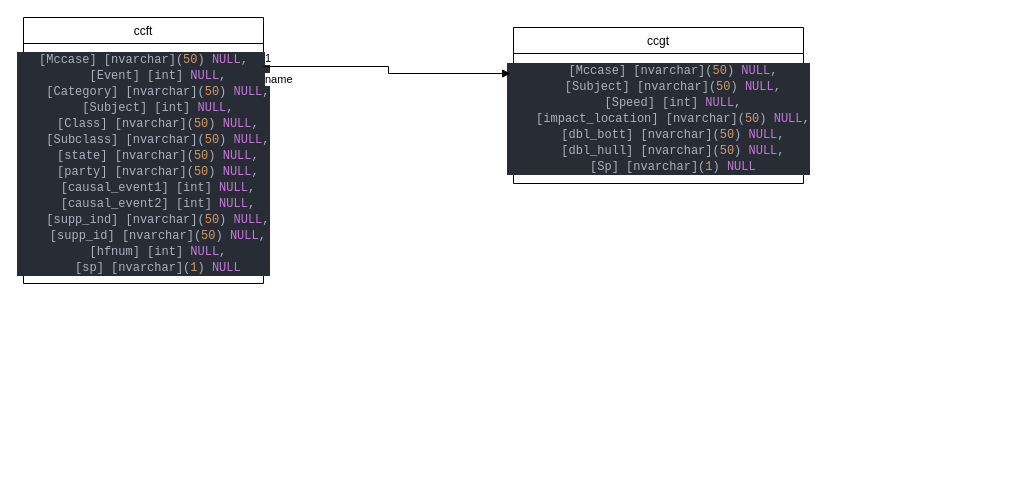
Earlier version of the draw.io diagram page "Page-2" (2 of 2) of Bermuda Triangle Project Datamodel.drawio (neerajkumardnk/bermudaTriangleDNK). Source tidied: cells renumbered, new cells numbered last; positions are measured from the earlier drawing's top-left corner, leaving out a move shared by most shapes. Both pictures are drawn from the tidied source at 100%, with x=0, y=0 at pixel (23, 17).
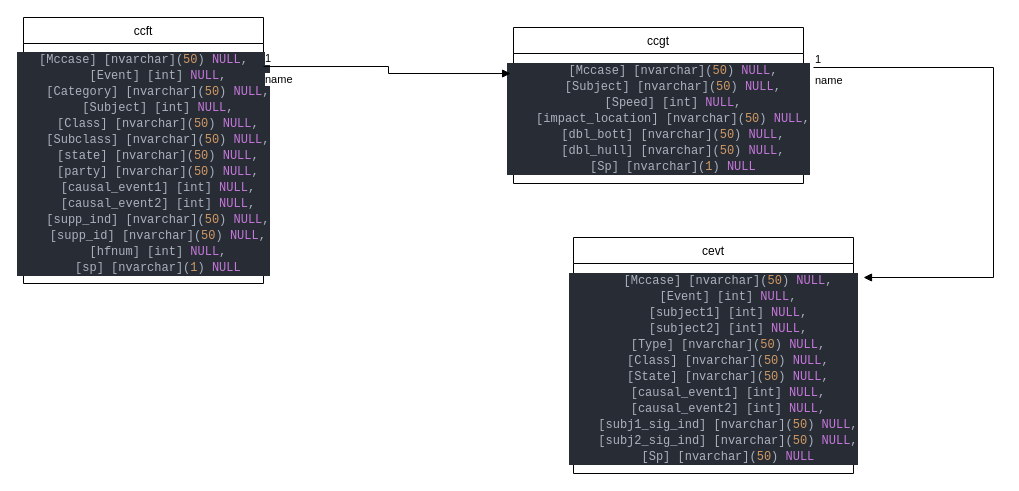
After the change.

Diff of the diagram source:
```diff
@@
 <mxGraphModel>
   <root>
     <mxCell id="0" />
     <mxCell id="1" parent="0" />
     <mxCell id="2" value="ccft" style="swimlane;fontStyle=0;horizontal=1;startSize=26;fillColor=none;" parent="1" vertex="1">
       <mxGeometry width="240" height="266" as="geometry" />
     </mxCell>
     <mxCell id="3" value="&lt;div style=&quot;color: rgb(171, 178, 191); background-color: rgb(40, 44, 52); font-family: Consolas, &amp;quot;Courier New&amp;quot;, monospace; line-height: 16px;&quot;&gt;&lt;div&gt;[Mccase] [nvarchar](&lt;span style=&quot;color: #d19a66;&quot;&gt;50&lt;/span&gt;) &lt;span style=&quot;color: #c678dd;&quot;&gt;NULL&lt;/span&gt;,&lt;/div&gt;&lt;div&gt;&amp;nbsp; &amp;nbsp; [Event] [int] &lt;span style=&quot;color: #c678dd;&quot;&gt;NULL&lt;/span&gt;,&lt;/div&gt;&lt;div&gt;&amp;nbsp; &amp;nbsp; [Category] [nvarchar](&lt;span style=&quot;color: #d19a66;&quot;&gt;50&lt;/span&gt;) &lt;span style=&quot;color: #c678dd;&quot;&gt;NULL&lt;/span&gt;,&lt;/div&gt;&lt;div&gt;&amp;nbsp; &amp;nbsp; [Subject] [int] &lt;span style=&quot;color: #c678dd;&quot;&gt;NULL&lt;/span&gt;,&lt;/div&gt;&lt;div&gt;&amp;nbsp; &amp;nbsp; [Class] [nvarchar](&lt;span style=&quot;color: #d19a66;&quot;&gt;50&lt;/span&gt;) &lt;span style=&quot;color: #c678dd;&quot;&gt;NULL&lt;/span&gt;,&lt;/div&gt;&lt;div&gt;&amp;nbsp; &amp;nbsp; [Subclass] [nvarchar](&lt;span style=&quot;color: #d19a66;&quot;&gt;50&lt;/span&gt;) &lt;span style=&quot;color: #c678dd;&quot;&gt;NULL&lt;/span&gt;,&lt;/div&gt;&lt;div&gt;&amp;nbsp; &amp;nbsp; [state] [nvarchar](&lt;span style=&quot;color: #d19a66;&quot;&gt;50&lt;/span&gt;) &lt;span style=&quot;color: #c678dd;&quot;&gt;NULL&lt;/span&gt;,&lt;/div&gt;&lt;div&gt;&amp;nbsp; &amp;nbsp; [party] [nvarchar](&lt;span style=&quot;color: #d19a66;&quot;&gt;50&lt;/span&gt;) &lt;span style=&quot;color: #c678dd;&quot;&gt;NULL&lt;/span&gt;,&lt;/div&gt;&lt;div&gt;&amp;nbsp; &amp;nbsp; [causal_event1] [int] &lt;span style=&quot;color: #c678dd;&quot;&gt;NULL&lt;/span&gt;,&lt;/div&gt;&lt;div&gt;&amp;nbsp; &amp;nbsp; [causal_event2] [int] &lt;span style=&quot;color: #c678dd;&quot;&gt;NULL&lt;/span&gt;,&lt;/div&gt;&lt;div&gt;&amp;nbsp; &amp;nbsp; [supp_ind] [nvarchar](&lt;span style=&quot;color: #d19a66;&quot;&gt;50&lt;/span&gt;) &lt;span style=&quot;color: #c678dd;&quot;&gt;NULL&lt;/span&gt;,&lt;/div&gt;&lt;div&gt;&amp;nbsp; &amp;nbsp; [supp_id] [nvarchar](&lt;span style=&quot;color: #d19a66;&quot;&gt;50&lt;/span&gt;) &lt;span style=&quot;color: #c678dd;&quot;&gt;NULL&lt;/span&gt;,&lt;/div&gt;&lt;div&gt;&amp;nbsp; &amp;nbsp; [hfnum] [int] &lt;span style=&quot;color: #c678dd;&quot;&gt;NULL&lt;/span&gt;,&lt;/div&gt;&lt;div&gt;&amp;nbsp; &amp;nbsp; [sp] [nvarchar](&lt;span style=&quot;color: #d19a66;&quot;&gt;1&lt;/span&gt;) &lt;span style=&quot;color: #c678dd;&quot;&gt;NULL&lt;/span&gt;&lt;/div&gt;&lt;/div&gt;" style="text;html=1;align=center;verticalAlign=middle;points=[];strokeColor=none;fillColor=none;" parent="2" vertex="1">
       <mxGeometry y="26" width="240" height="240" as="geometry" />
     </mxCell>
     <mxCell id="4" value="ccgt" style="swimlane;fontStyle=0;horizontal=1;startSize=26;fillColor=none;" parent="1" vertex="1">
       <mxGeometry x="490" y="10" width="290" height="156" as="geometry" />
     </mxCell>
     <mxCell id="5" value="&lt;div style=&quot;color: rgb(171, 178, 191); background-color: rgb(40, 44, 52); font-family: Consolas, &amp;quot;Courier New&amp;quot;, monospace; line-height: 16px;&quot;&gt;&lt;div&gt;&amp;nbsp; &amp;nbsp; [Mccase] [nvarchar](&lt;span style=&quot;color: #d19a66;&quot;&gt;50&lt;/span&gt;) &lt;span style=&quot;color: #c678dd;&quot;&gt;NULL&lt;/span&gt;,&lt;/div&gt;&lt;div&gt;&amp;nbsp; &amp;nbsp; [Subject] [nvarchar](&lt;span style=&quot;color: #d19a66;&quot;&gt;50&lt;/span&gt;) &lt;span style=&quot;color: #c678dd;&quot;&gt;NULL&lt;/span&gt;,&lt;/div&gt;&lt;div&gt;&amp;nbsp; &amp;nbsp; [Speed] [int] &lt;span style=&quot;color: #c678dd;&quot;&gt;NULL&lt;/span&gt;,&lt;/div&gt;&lt;div&gt;&amp;nbsp; &amp;nbsp; [impact_location] [nvarchar](&lt;span style=&quot;color: #d19a66;&quot;&gt;50&lt;/span&gt;) &lt;span style=&quot;color: #c678dd;&quot;&gt;NULL&lt;/span&gt;,&lt;/div&gt;&lt;div&gt;&amp;nbsp; &amp;nbsp; [dbl_bott] [nvarchar](&lt;span style=&quot;color: #d19a66;&quot;&gt;50&lt;/span&gt;) &lt;span style=&quot;color: #c678dd;&quot;&gt;NULL&lt;/span&gt;,&lt;/div&gt;&lt;div&gt;&amp;nbsp; &amp;nbsp; [dbl_hull] [nvarchar](&lt;span style=&quot;color: #d19a66;&quot;&gt;50&lt;/span&gt;) &lt;span style=&quot;color: #c678dd;&quot;&gt;NULL&lt;/span&gt;,&lt;/div&gt;&lt;div&gt;&amp;nbsp; &amp;nbsp; [Sp] [nvarchar](&lt;span style=&quot;color: #d19a66;&quot;&gt;1&lt;/span&gt;) &lt;span style=&quot;color: #c678dd;&quot;&gt;NULL&lt;/span&gt;&lt;/div&gt;&lt;/div&gt;" style="text;html=1;align=center;verticalAlign=middle;points=[];strokeColor=none;fillColor=none;" parent="4" vertex="1">
       <mxGeometry y="26" width="290" height="130" as="geometry" />
     </mxCell>
     <mxCell id="6" value="name" style="endArrow=block;endFill=1;html=1;edgeStyle=orthogonalEdgeStyle;align=left;verticalAlign=top;rounded=0;exitX=1;exitY=0.096;exitDx=0;exitDy=0;exitPerimeter=0;entryX=-0.01;entryY=0.154;entryDx=0;entryDy=0;entryPerimeter=0;" parent="1" edge="1" source="3" target="5">
       <mxGeometry x="-1" relative="1" as="geometry" />
     </mxCell>
     <mxCell id="7" value="1" style="edgeLabel;html=1;align=left;verticalAlign=bottom;" parent="6" vertex="1">
       <mxGeometry x="-1" relative="1" as="geometry" />
     </mxCell>
+    <mxCell id="8" value="cevt" style="swimlane;fontStyle=0;horizontal=1;startSize=26;fillColor=none;" parent="1" vertex="1">
+      <mxGeometry x="550" y="220" width="280" height="236" as="geometry" />
+    </mxCell>
+    <mxCell id="9" value="&lt;div style=&quot;color: rgb(171, 178, 191); background-color: rgb(40, 44, 52); font-family: Consolas, &amp;quot;Courier New&amp;quot;, monospace; line-height: 16px;&quot;&gt;&lt;div style=&quot;line-height: 16px;&quot;&gt;&lt;div&gt;&amp;nbsp; &amp;nbsp; [Mccase] [nvarchar](&lt;span style=&quot;color: #d19a66;&quot;&gt;50&lt;/span&gt;) &lt;span style=&quot;color: #c678dd;&quot;&gt;NULL&lt;/span&gt;,&lt;/div&gt;&lt;div&gt;&amp;nbsp; &amp;nbsp; [Event] [int] &lt;span style=&quot;color: #c678dd;&quot;&gt;NULL&lt;/span&gt;,&lt;/div&gt;&lt;div&gt;&amp;nbsp; &amp;nbsp; [subject1] [int] &lt;span style=&quot;color: #c678dd;&quot;&gt;NULL&lt;/span&gt;,&lt;/div&gt;&lt;div&gt;&amp;nbsp; &amp;nbsp; [subject2] [int] &lt;span style=&quot;color: #c678dd;&quot;&gt;NULL&lt;/span&gt;,&lt;/div&gt;&lt;div&gt;&amp;nbsp; &amp;nbsp; [Type] [nvarchar](&lt;span style=&quot;color: #d19a66;&quot;&gt;50&lt;/span&gt;) &lt;span style=&quot;color: #c678dd;&quot;&gt;NULL&lt;/span&gt;,&lt;/div&gt;&lt;div&gt;&amp;nbsp; &amp;nbsp; [Class] [nvarchar](&lt;span style=&quot;color: #d19a66;&quot;&gt;50&lt;/span&gt;) &lt;span style=&quot;color: #c678dd;&quot;&gt;NULL&lt;/span&gt;,&lt;/div&gt;&lt;div&gt;&amp;nbsp; &amp;nbsp; [State] [nvarchar](&lt;span style=&quot;color: #d19a66;&quot;&gt;50&lt;/span&gt;) &lt;span style=&quot;color: #c678dd;&quot;&gt;NULL&lt;/span&gt;,&lt;/div&gt;&lt;div&gt;&amp;nbsp; &amp;nbsp; [causal_event1] [int] &lt;span style=&quot;color: #c678dd;&quot;&gt;NULL&lt;/span&gt;,&lt;/div&gt;&lt;div&gt;&amp;nbsp; &amp;nbsp; [causal_event2] [int] &lt;span style=&quot;color: #c678dd;&quot;&gt;NULL&lt;/span&gt;,&lt;/div&gt;&lt;div&gt;&amp;nbsp; &amp;nbsp; [subj1_sig_ind] [nvarchar](&lt;span style=&quot;color: #d19a66;&quot;&gt;50&lt;/span&gt;) &lt;span style=&quot;color: #c678dd;&quot;&gt;NULL&lt;/span&gt;,&lt;/div&gt;&lt;div&gt;&amp;nbsp; &amp;nbsp; [subj2_sig_ind] [nvarchar](&lt;span style=&quot;color: #d19a66;&quot;&gt;50&lt;/span&gt;) &lt;span style=&quot;color: #c678dd;&quot;&gt;NULL&lt;/span&gt;,&lt;/div&gt;&lt;div&gt;&amp;nbsp; &amp;nbsp; [Sp] [nvarchar](&lt;span style=&quot;color: #d19a66;&quot;&gt;50&lt;/span&gt;) &lt;span style=&quot;color: #c678dd;&quot;&gt;NULL&lt;/span&gt;&lt;/div&gt;&lt;/div&gt;&lt;/div&gt;" style="text;html=1;align=center;verticalAlign=middle;strokeColor=none;fillColor=none;" parent="8" vertex="1">
+      <mxGeometry y="26" width="280" height="210" as="geometry" />
+    </mxCell>
+    <mxCell id="10" value="name" style="endArrow=block;endFill=1;html=1;edgeStyle=orthogonalEdgeStyle;align=left;verticalAlign=top;rounded=0;" parent="1" edge="1">
+      <mxGeometry x="-1" relative="1" as="geometry">
+        <mxPoint x="790" y="50" as="sourcePoint" />
+        <mxPoint x="840" y="260" as="targetPoint" />
+        <Array as="points">
+          <mxPoint x="970" y="50" />
+          <mxPoint x="970" y="260" />
+        </Array>
+      </mxGeometry>
+    </mxCell>
+    <mxCell id="11" value="1" style="edgeLabel;html=1;align=left;verticalAlign=bottom;" parent="10" vertex="1">
+      <mxGeometry x="-1" relative="1" as="geometry" />
+    </mxCell>
   </root>
 </mxGraphModel>
```
